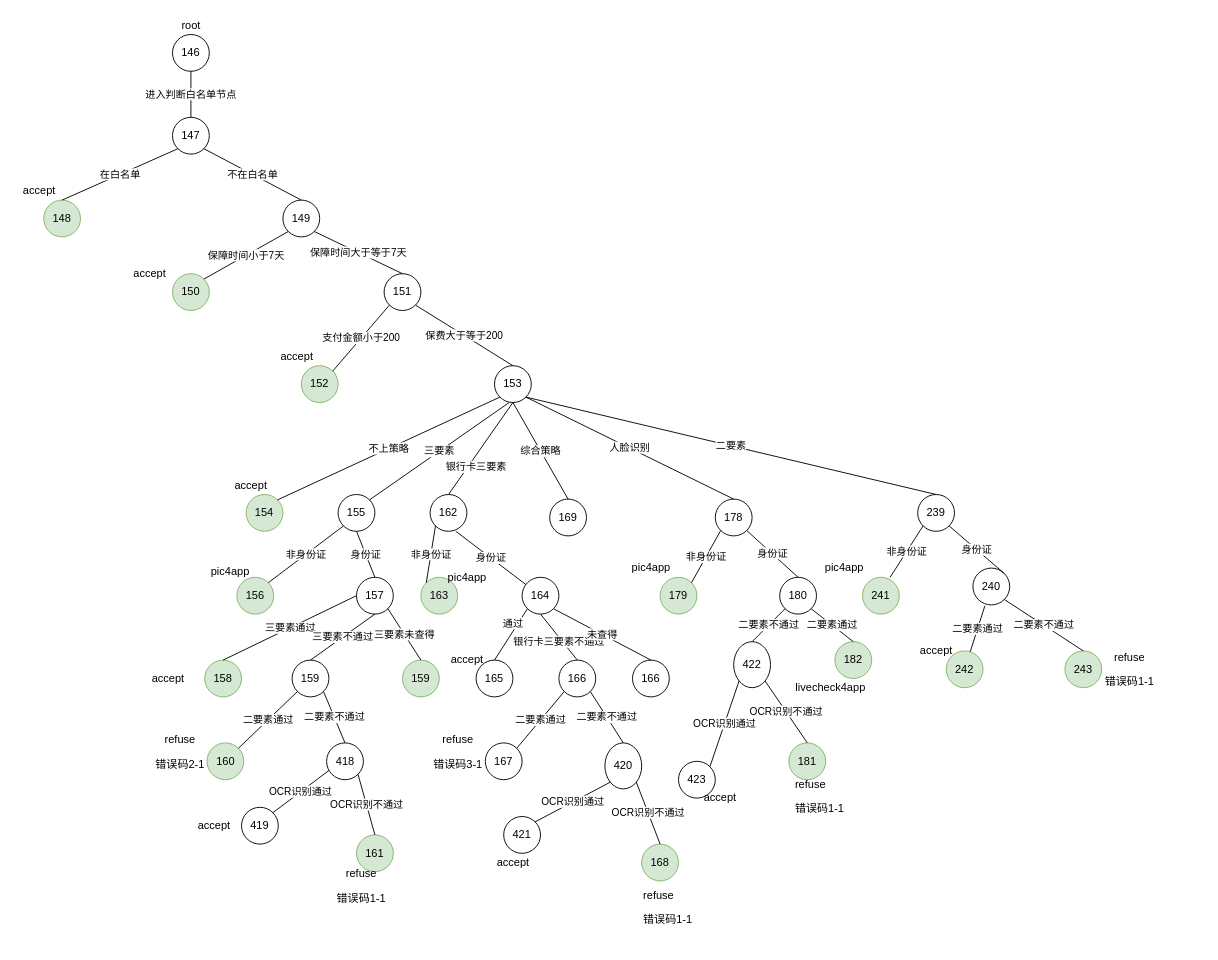
North30/tupian keeps this draw.io diagram as 投保人策略.drawio. Above is the earlier version. Source tidied: cells renumbered, new cells numbered last; positions are measured from the earlier drawing's top-left corner, leaving out a move shared by most shapes. Both pictures are drawn from the tidied source at 92%, with x=0, y=0 at pixel (16, 16).
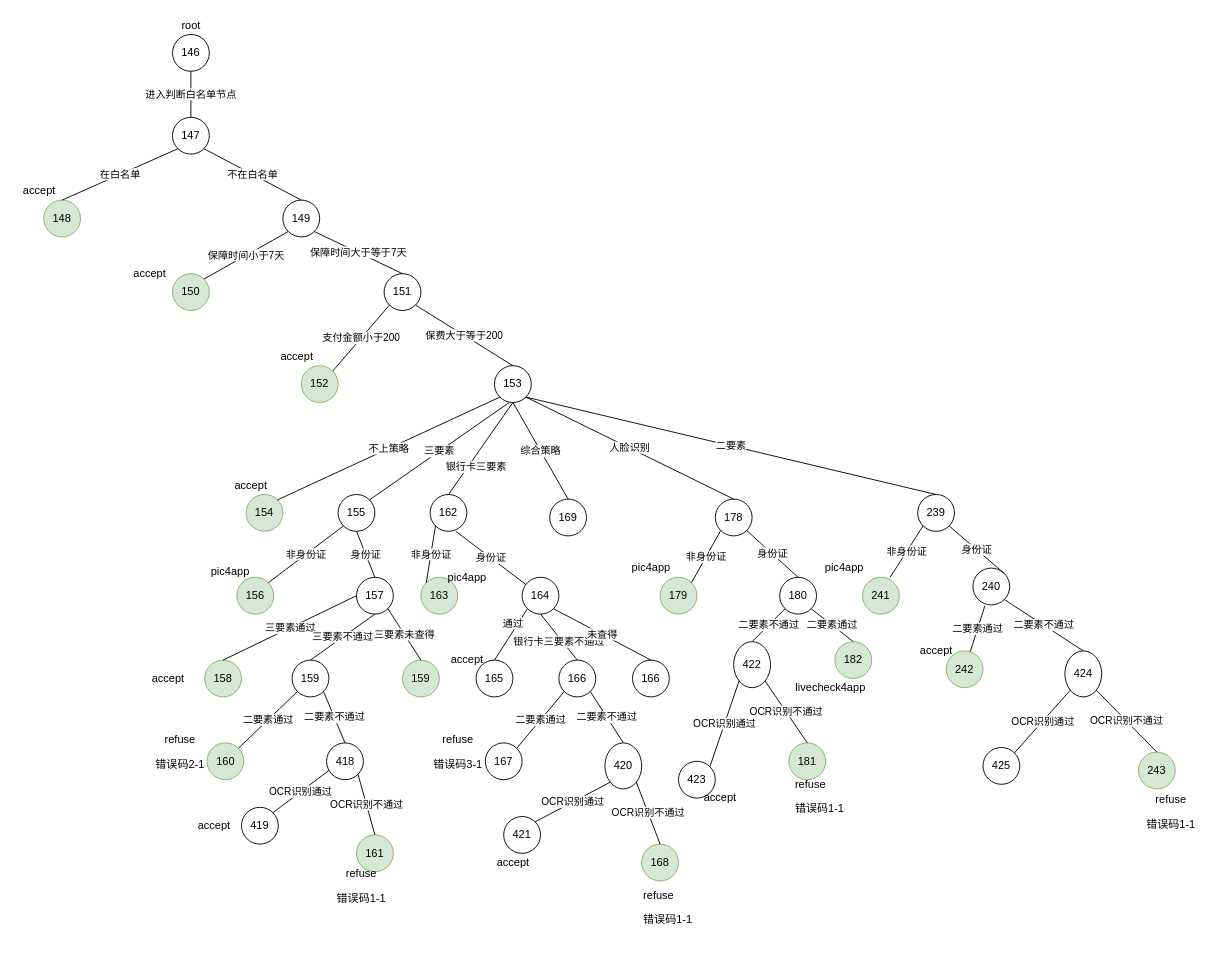
The same page after the edit.

Commit message:
Update 投保人策略.drawio

Unchanged cells that the change refers to:
```xml
<mxCell id="79" value="240" style="ellipse;whiteSpace=wrap;html=1;" parent="1" vertex="1">
  <mxGeometry x="1040" y="600" width="40" height="40" as="geometry" />
</mxCell>
```

Diff of the diagram source:
```diff
@@
-    <mxCell id="83" value="243" style="ellipse;whiteSpace=wrap;html=1;fillColor=#d5e8d4;strokeColor=#82b366;" parent="1" vertex="1">
-      <mxGeometry x="1140" y="690" width="40" height="40" as="geometry" />
-    </mxCell>
@@
-    <mxCell id="86" value="二要素不通过" style="endArrow=none;html=1;entryX=1;entryY=1;entryDx=0;entryDy=0;exitX=0.5;exitY=0;exitDx=0;exitDy=0;" parent="1" edge="1" source="83" target="79">
+    <mxCell id="86" value="二要素不通过" style="endArrow=none;html=1;entryX=1;entryY=1;entryDx=0;entryDy=0;exitX=0.5;exitY=0;exitDx=0;exitDy=0;" parent="1" edge="1" source="107" target="79">
       <mxGeometry relative="1" as="geometry" />
     </mxCell>
@@
     <mxCell id="88" value="&lt;p&gt;refuse&lt;/p&gt;&lt;p&gt;错误码1-1&lt;/p&gt;" style="text;html=1;align=center;verticalAlign=middle;" parent="1" vertex="1">
-      <mxGeometry x="1175" y="675" width="70" height="70" as="geometry" />
+      <mxGeometry x="1220" y="830" width="70" height="70" as="geometry" />
     </mxCell>
@@
+    <mxCell id="107" value="424" style="ellipse;whiteSpace=wrap;html=1;" parent="1" vertex="1">
+      <mxGeometry x="1140" y="690" width="40" height="50" as="geometry" />
+    </mxCell>
+    <mxCell id="108" value="425" style="ellipse;whiteSpace=wrap;html=1;direction=north;" parent="1" vertex="1">
+      <mxGeometry x="1051" y="795" width="40" height="40" as="geometry" />
+    </mxCell>
+    <mxCell id="83" value="243" style="ellipse;whiteSpace=wrap;html=1;fillColor=#d5e8d4;strokeColor=#82b366;" parent="1" vertex="1">
+      <mxGeometry x="1220" y="800" width="40" height="40" as="geometry" />
+    </mxCell>
+    <mxCell id="109" value="OCR识别通过" style="endArrow=none;html=1;entryX=0;entryY=1;entryDx=0;entryDy=0;exitX=1;exitY=1;exitDx=0;exitDy=0;" parent="1" edge="1" source="108" target="107">
+      <mxGeometry relative="1" as="geometry" />
+    </mxCell>
+    <mxCell id="110" value="OCR识别不通过" style="endArrow=none;html=1;entryX=1;entryY=1;entryDx=0;entryDy=0;exitX=0.5;exitY=0;exitDx=0;exitDy=0;" parent="1" edge="1" source="83" target="107">
+      <mxGeometry relative="1" as="geometry" />
+    </mxCell>
```
